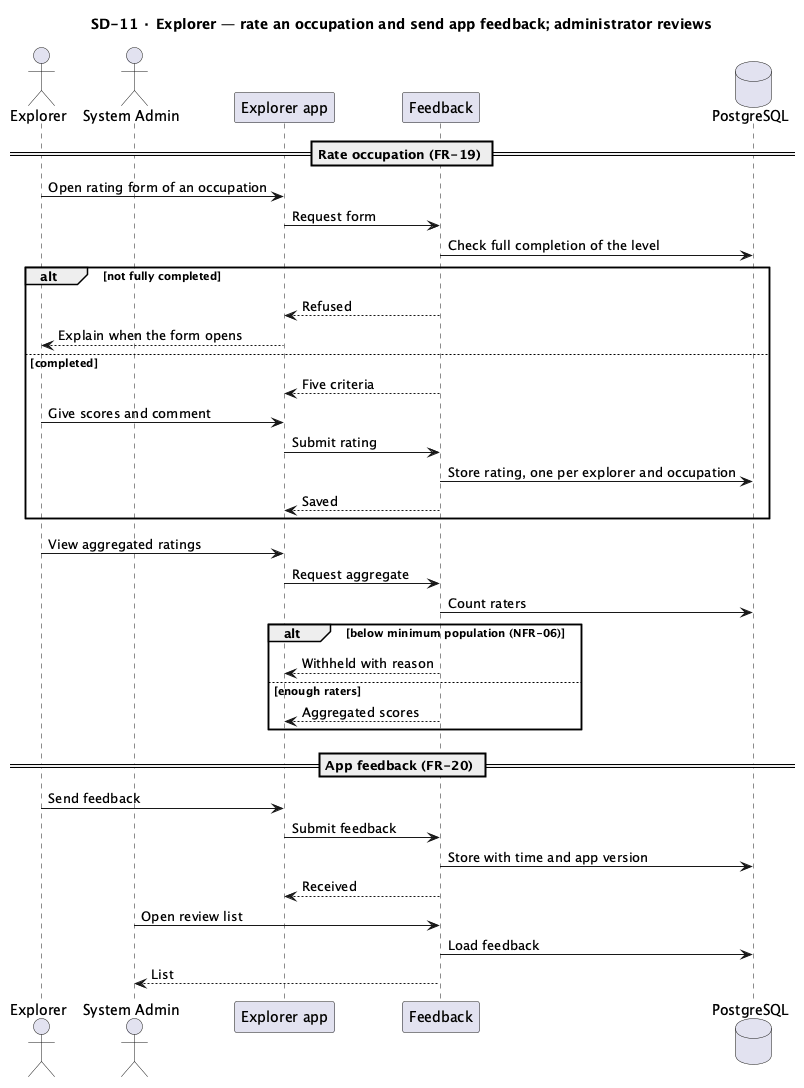
The PlantUML diagram reports/master/figures/SD-11_Explorer_RateAndFeedback.png in The-Golden-Trio/Capstone-Project, before a commit. The source it was exported from:
```plantuml
@startuml SD-11_Explorer_RateAndFeedback
!pragma layout smetana
title SD-11 · Explorer — rate an occupation and send app feedback; administrator reviews

actor Explorer
actor "System Admin" as Adm
participant "Explorer app" as App
participant "Feedback" as Fb
database "PostgreSQL" as DB

== Rate occupation (FR-19) ==
Explorer -> App : Open rating form of an occupation
App -> Fb : Request form
Fb -> DB : Check full completion of the level
alt not fully completed
  Fb --> App : Refused
  App --> Explorer : Explain when the form opens
else completed
  Fb --> App : Five criteria
  Explorer -> App : Give scores and comment
  App -> Fb : Submit rating
  Fb -> DB : Store rating, one per explorer and occupation
  Fb --> App : Saved
end
Explorer -> App : View aggregated ratings
App -> Fb : Request aggregate
Fb -> DB : Count raters
alt below minimum population (NFR-06)
  Fb --> App : Withheld with reason
else enough raters
  Fb --> App : Aggregated scores
end

== App feedback (FR-20) ==
Explorer -> App : Send feedback
App -> Fb : Submit feedback
Fb -> DB : Store with time and app version
Fb --> App : Received
Adm -> Fb : Open review list
Fb -> DB : Load feedback
Fb --> Adm : List
@enduml
```
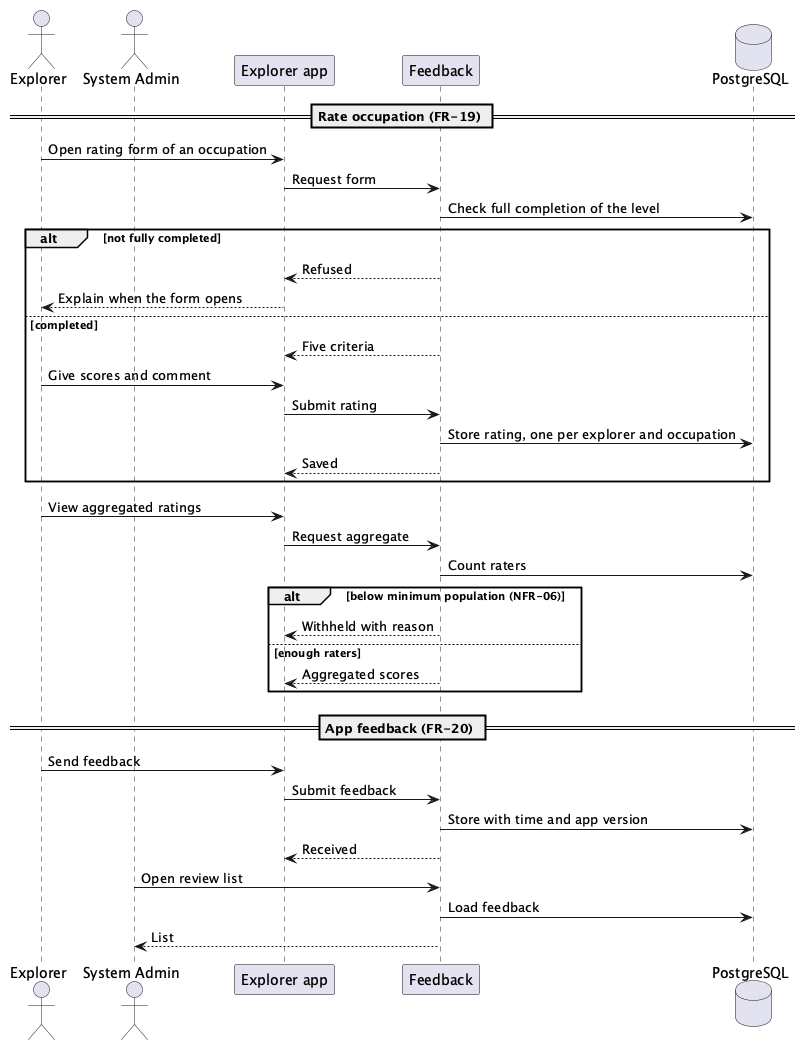
The same file after the commit.

Change to the diagram source:
```diff
@@ -1,6 +1,4 @@
 @startuml SD-11_Explorer_RateAndFeedback
-!pragma layout smetana
-title SD-11 · Explorer — rate an occupation and send app feedback; administrator reviews
 
 actor Explorer
 actor "System Admin" as Adm
```
